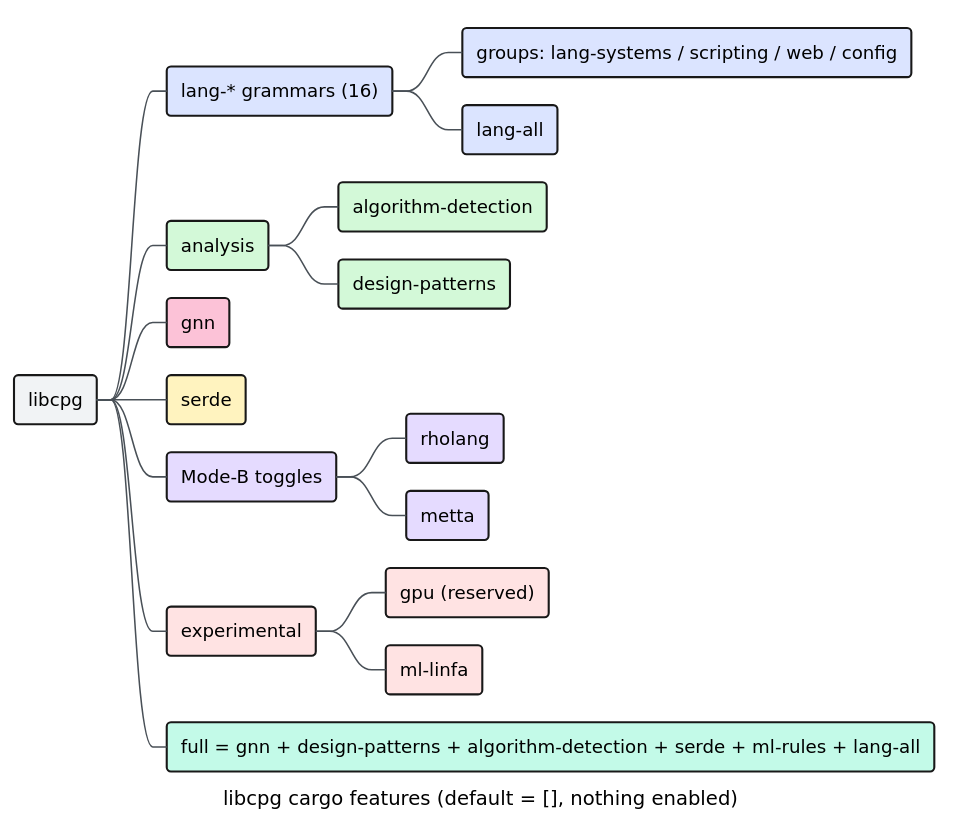
Before: docs/diagrams/feature-flag-map.svg, a diagram exported from PlantUML (vinary-tree/libcpg). Its source is kept beside it as docs/diagrams/feature-flag-map.puml. The source it was exported from:
```plantuml
@startmindmap
!include _libcpg-theme.iuml
caption libcpg cargo features (default = [], nothing enabled)
*[#F1F3F5] libcpg
**[#DBE4FF] lang-* grammars (16)
***[#DBE4FF] groups: lang-systems / scripting / web / config
***[#DBE4FF] lang-all
**[#D3F9D8] analysis
***[#D3F9D8] algorithm-detection
***[#D3F9D8] design-patterns
**[#FCC2D7] gnn
**[#FFF3BF] serde
**[#E5DBFF] Mode-B toggles
***[#E5DBFF] rholang
***[#E5DBFF] metta
**[#FFE3E3] experimental
***[#FFE3E3] gpu (reserved)
***[#FFE3E3] ml-linfa
**[#C3FAE8] full = gnn + design-patterns + algorithm-detection + serde + ml-rules + lang-all
@endmindmap
```
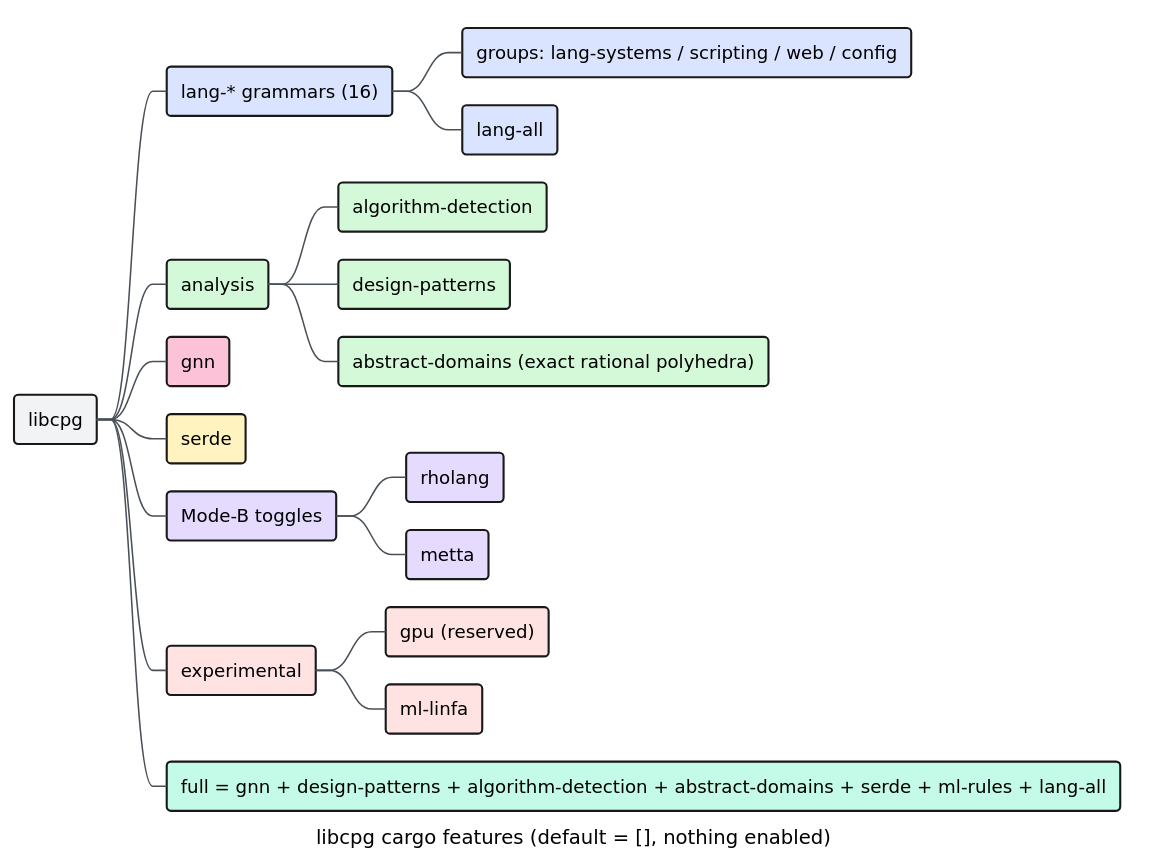
After the commit.

Diff of the diagram source:
```diff
@@ -8,6 +8,7 @@
 **[#D3F9D8] analysis
 ***[#D3F9D8] algorithm-detection
 ***[#D3F9D8] design-patterns
+***[#D3F9D8] abstract-domains (exact rational polyhedra)
 **[#FCC2D7] gnn
 **[#FFF3BF] serde
 **[#E5DBFF] Mode-B toggles
@@ -16,5 +17,5 @@
 **[#FFE3E3] experimental
 ***[#FFE3E3] gpu (reserved)
 ***[#FFE3E3] ml-linfa
-**[#C3FAE8] full = gnn + design-patterns + algorithm-detection + serde + ml-rules + lang-all
+**[#C3FAE8] full = gnn + design-patterns + algorithm-detection + abstract-domains + serde + ml-rules + lang-all
 @endmindmap
```
